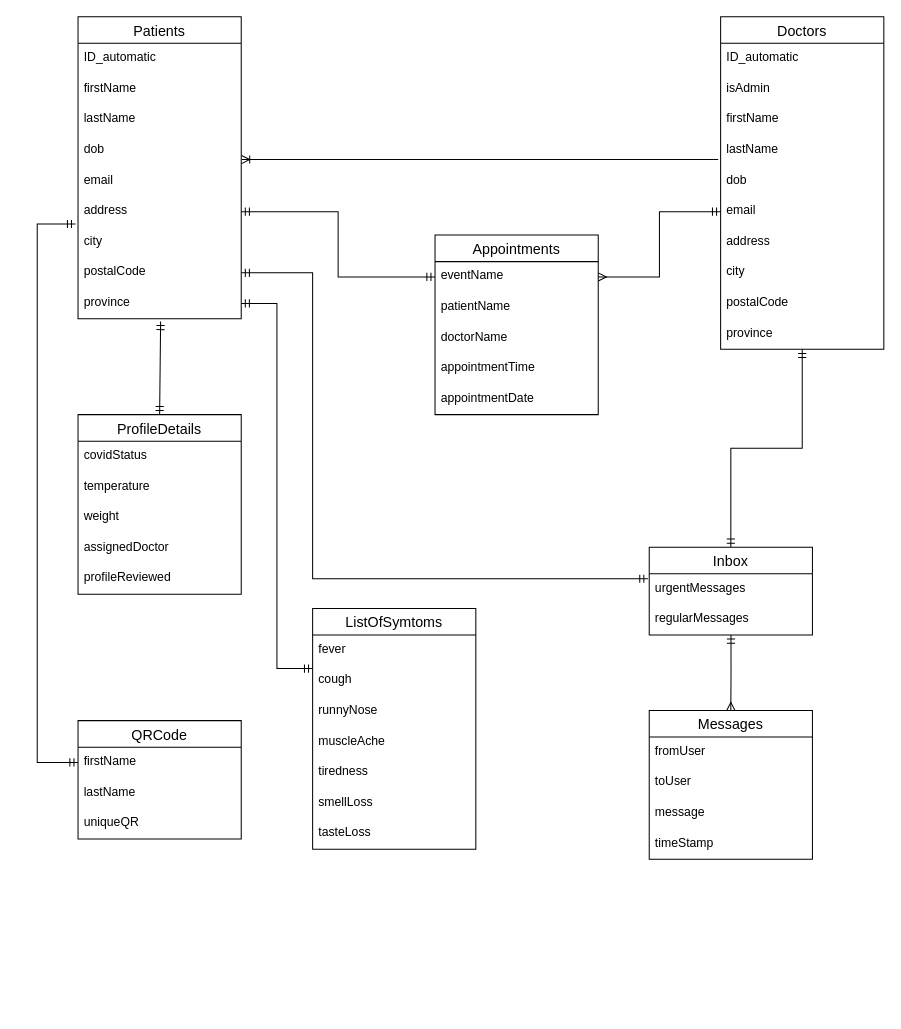
This is wiki_docs/SAD/Database diagram.drawio from SamanthaGuillemette/SOEN390, a draw.io file, before an edit. Source tidied: cells renumbered, new cells numbered last; positions are measured from the earlier drawing's top-left corner, leaving out a move shared by most shapes. Both pictures are drawn from the tidied source at 102%, with x=0, y=0 at pixel (37, 16).
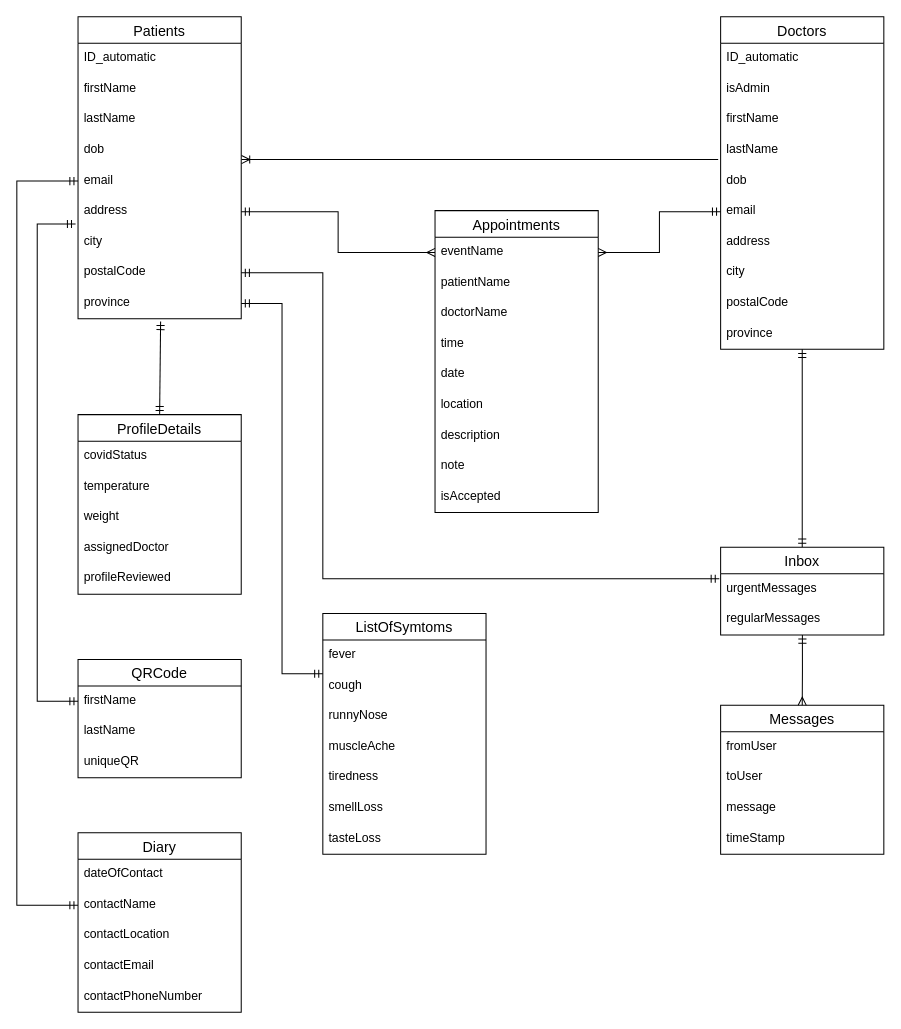
The same page after the edit.

Commit message (it also covers changes not shown here):
updated database diagram

The change refers to these unchanged cells:
```xml
<mxCell id="7" value="email" style="text;strokeColor=none;fillColor=none;spacingLeft=4;spacingRight=4;overflow=hidden;points=[[0,0.5],[1,0.5]];portConstraint=eastwest;fontSize=12;" parent="2" vertex="1">
  <mxGeometry y="146" width="160" height="30" as="geometry" />
</mxCell>
<mxCell id="8" value="address" style="text;strokeColor=none;fillColor=none;spacingLeft=4;spacingRight=4;overflow=hidden;points=[[0,0.5],[1,0.5]];portConstraint=eastwest;fontSize=12;" parent="2" vertex="1">
  <mxGeometry y="176" width="160" height="30" as="geometry" />
</mxCell>
<mxCell id="10" value="postalCode" style="text;strokeColor=none;fillColor=none;spacingLeft=4;spacingRight=4;overflow=hidden;points=[[0,0.5],[1,0.5]];portConstraint=eastwest;fontSize=12;" parent="2" vertex="1">
  <mxGeometry y="236" width="160" height="30" as="geometry" />
</mxCell>
<mxCell id="24" value="eventName" style="text;strokeColor=none;fillColor=none;spacingLeft=4;spacingRight=4;overflow=hidden;points=[[0,0.5],[1,0.5]];portConstraint=eastwest;fontSize=12;" parent="23" vertex="1">
  <mxGeometry y="26" width="160" height="30" as="geometry" />
</mxCell>
<mxCell id="37" value="urgentMessages" style="text;strokeColor=none;fillColor=none;spacingLeft=4;spacingRight=4;overflow=hidden;points=[[0,0.5],[1,0.5]];portConstraint=eastwest;fontSize=12;" parent="36" vertex="1">
  <mxGeometry y="26" width="160" height="30" as="geometry" />
</mxCell>
<mxCell id="40" value="firstName" style="text;strokeColor=none;fillColor=none;spacingLeft=4;spacingRight=4;overflow=hidden;points=[[0,0.5],[1,0.5]];portConstraint=eastwest;fontSize=12;" parent="39" vertex="1">
  <mxGeometry y="26" width="160" height="30" as="geometry" />
</mxCell>
```

Diff of the diagram source:
```diff
@@
     <mxCell id="23" value="Appointments" style="swimlane;fontStyle=0;horizontal=1;startSize=26;align=center;fontSize=14;" parent="1" vertex="1">
-      <mxGeometry x="390" y="214" width="160" height="176" as="geometry" />
+      <mxGeometry x="390" y="190" width="160" height="296" as="geometry" />
     </mxCell>
@@
-    <mxCell id="27" value="appointmentTime" style="text;strokeColor=none;fillColor=none;spacingLeft=4;spacingRight=4;overflow=hidden;fontSize=12;" parent="23" vertex="1">
+    <mxCell id="27" value="time" style="text;strokeColor=none;fillColor=none;spacingLeft=4;spacingRight=4;overflow=hidden;fontSize=12;" parent="23" vertex="1">
       <mxGeometry y="116" width="160" height="30" as="geometry" />
     </mxCell>
-    <mxCell id="28" value="appointmentDate" style="text;strokeColor=none;fillColor=none;spacingLeft=4;spacingRight=4;overflow=hidden;fontSize=12;" parent="23" vertex="1">
+    <mxCell id="28" value="date" style="text;strokeColor=none;fillColor=none;spacingLeft=4;spacingRight=4;overflow=hidden;fontSize=12;" parent="23" vertex="1">
       <mxGeometry y="146" width="160" height="30" as="geometry" />
     </mxCell>
+    <mxCell id="64" value="location" style="text;strokeColor=none;fillColor=none;spacingLeft=4;spacingRight=4;overflow=hidden;fontSize=12;" parent="23" vertex="1">
+      <mxGeometry y="176" width="160" height="30" as="geometry" />
+    </mxCell>
+    <mxCell id="65" value="description" style="text;strokeColor=none;fillColor=none;spacingLeft=4;spacingRight=4;overflow=hidden;fontSize=12;" parent="23" vertex="1">
+      <mxGeometry y="206" width="160" height="30" as="geometry" />
+    </mxCell>
+    <mxCell id="66" value="note" style="text;strokeColor=none;fillColor=none;spacingLeft=4;spacingRight=4;overflow=hidden;fontSize=12;" parent="23" vertex="1">
+      <mxGeometry y="236" width="160" height="30" as="geometry" />
+    </mxCell>
+    <mxCell id="67" value="isAccepted" style="text;strokeColor=none;fillColor=none;spacingLeft=4;spacingRight=4;overflow=hidden;fontSize=12;" parent="23" vertex="1">
+      <mxGeometry y="266" width="160" height="30" as="geometry" />
+    </mxCell>
@@
     <mxCell id="36" value="Inbox" style="swimlane;fontStyle=0;horizontal=1;startSize=26;align=center;fontSize=14;" parent="1" vertex="1">
-      <mxGeometry x="600" y="520" width="160" height="86" as="geometry" />
+      <mxGeometry x="670" y="520" width="160" height="86" as="geometry" />
     </mxCell>
@@
     <mxCell id="39" value="QRCode" style="swimlane;fontStyle=0;horizontal=1;startSize=26;align=center;fontSize=14;" parent="1" vertex="1">
-      <mxGeometry x="40" y="690" width="160" height="116" as="geometry" />
+      <mxGeometry x="40" y="630" width="160" height="116" as="geometry" />
     </mxCell>
@@
     <mxCell id="43" value="ListOfSymtoms" style="swimlane;fontStyle=0;horizontal=1;startSize=26;align=center;fontSize=14;" parent="1" vertex="1">
-      <mxGeometry x="270" y="580" width="160" height="236" as="geometry" />
+      <mxGeometry x="280" y="585" width="160" height="236" as="geometry" />
     </mxCell>
@@
     <mxCell id="52" value="Messages" style="swimlane;fontStyle=0;horizontal=1;startSize=26;align=center;fontSize=14;" parent="1" vertex="1">
-      <mxGeometry x="600" y="680" width="160" height="146" as="geometry" />
+      <mxGeometry x="670" y="675" width="160" height="146" as="geometry" />
     </mxCell>
@@
     <mxCell id="58" style="edgeStyle=orthogonalEdgeStyle;fontSize=12;html=1;endArrow=ERmandOne;startArrow=ERmandOne;rounded=0;exitX=0;exitY=0.5;exitDx=0;exitDy=0;entryX=-0.015;entryY=0.904;entryDx=0;entryDy=0;entryPerimeter=0;" parent="1" edge="1" source="40" target="8">
       <mxGeometry relative="1" as="geometry">
         <Array as="points">
-          <mxPoint y="731" />
+          <mxPoint y="671" />
           <mxPoint y="203" />
         </Array>
       </mxGeometry>
     </mxCell>
-    <mxCell id="59" style="edgeStyle=orthogonalEdgeStyle;rounded=0;jettySize=auto;html=1;exitX=1;exitY=0.5;exitDx=0;exitDy=0;entryX=0;entryY=0.5;entryDx=0;entryDy=0;endArrow=ERmandOne;endFill=0;startArrow=ERmandOne;startFill=0;" parent="1" edge="1" source="8" target="24">
+    <mxCell id="59" style="edgeStyle=orthogonalEdgeStyle;rounded=0;jettySize=auto;html=1;exitX=1;exitY=0.5;exitDx=0;exitDy=0;entryX=0;entryY=0.5;entryDx=0;entryDy=0;endArrow=ERmany;endFill=0;startArrow=ERmandOne;startFill=0;" parent="1" edge="1" source="8" target="24">
       <mxGeometry relative="1" as="geometry" />
     </mxCell>
@@
     <mxCell id="62" style="edgeStyle=orthogonalEdgeStyle;rounded=0;jettySize=auto;html=1;exitX=1;exitY=0.5;exitDx=0;exitDy=0;entryX=-0.008;entryY=0.163;entryDx=0;entryDy=0;entryPerimeter=0;startArrow=ERmandOne;startFill=0;endArrow=ERmandOne;endFill=0;" parent="1" edge="1" source="10" target="37">
       <mxGeometry relative="1" as="geometry">
         <Array as="points">
-          <mxPoint x="270" y="251" />
-          <mxPoint x="270" y="551" />
+          <mxPoint x="280" y="251" />
+          <mxPoint x="280" y="551" />
         </Array>
       </mxGeometry>
     </mxCell>
@@
+    <mxCell id="68" value="Diary" style="swimlane;fontStyle=0;horizontal=1;startSize=26;align=center;fontSize=14;" parent="1" vertex="1">
+      <mxGeometry x="40" y="800" width="160" height="176" as="geometry" />
+    </mxCell>
+    <mxCell id="69" value="dateOfContact" style="text;strokeColor=none;fillColor=none;spacingLeft=4;spacingRight=4;overflow=hidden;fontSize=12;" parent="68" vertex="1">
+      <mxGeometry y="26" width="160" height="30" as="geometry" />
+    </mxCell>
+    <mxCell id="70" value="contactName" style="text;strokeColor=none;fillColor=none;spacingLeft=4;spacingRight=4;overflow=hidden;points=[[0,0.5],[1,0.5]];portConstraint=eastwest;fontSize=12;" parent="68" vertex="1">
+      <mxGeometry y="56" width="160" height="30" as="geometry" />
+    </mxCell>
+    <mxCell id="71" value="contactLocation" style="text;strokeColor=none;fillColor=none;spacingLeft=4;spacingRight=4;overflow=hidden;fontSize=12;" parent="68" vertex="1">
+      <mxGeometry y="86" width="160" height="30" as="geometry" />
+    </mxCell>
+    <mxCell id="72" value="contactEmail" style="text;strokeColor=none;fillColor=none;spacingLeft=4;spacingRight=4;overflow=hidden;fontSize=12;" parent="68" vertex="1">
+      <mxGeometry y="116" width="160" height="30" as="geometry" />
+    </mxCell>
+    <mxCell id="73" value="contactPhoneNumber" style="text;strokeColor=none;fillColor=none;spacingLeft=4;spacingRight=4;overflow=hidden;fontSize=12;" parent="68" vertex="1">
+      <mxGeometry y="146" width="160" height="30" as="geometry" />
+    </mxCell>
+    <mxCell id="74" style="edgeStyle=orthogonalEdgeStyle;html=1;exitX=0;exitY=0.5;exitDx=0;exitDy=0;entryX=0;entryY=0.5;entryDx=0;entryDy=0;endArrow=ERmandOne;endFill=0;rounded=0;startArrow=ERmandOne;startFill=0;" parent="1" edge="1" source="7" target="70">
+      <mxGeometry relative="1" as="geometry">
+        <Array as="points">
+          <mxPoint x="-20" y="161" />
+          <mxPoint x="-20" y="871" />
+        </Array>
+      </mxGeometry>
+    </mxCell>
```
